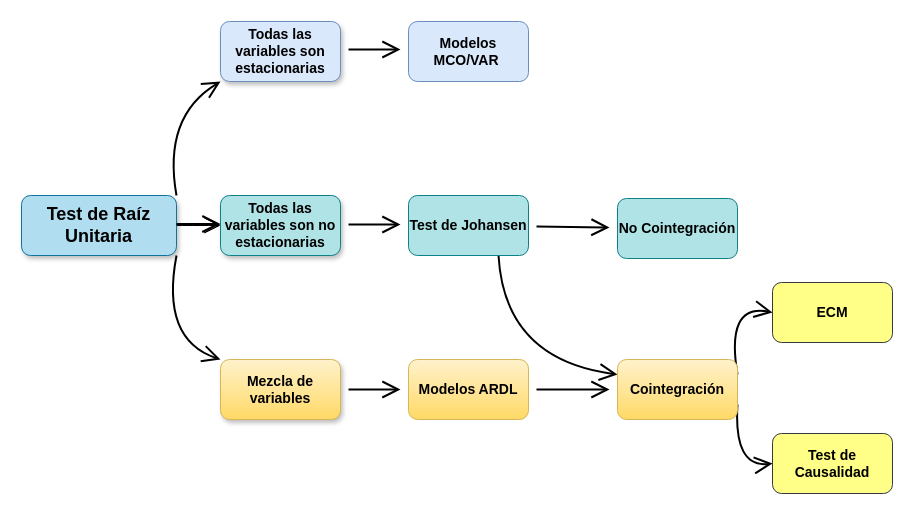
Earlier version of the draw.io diagram emoji/Diagrama sin título.drawio (joel-x/markdown-editor). Source tidied: cells renumbered, new cells numbered last; positions are measured from the earlier drawing's top-left corner, leaving out a move shared by most shapes. Both pictures are drawn from the tidied source at 100%, with x=0, y=0 at pixel (21, 21).
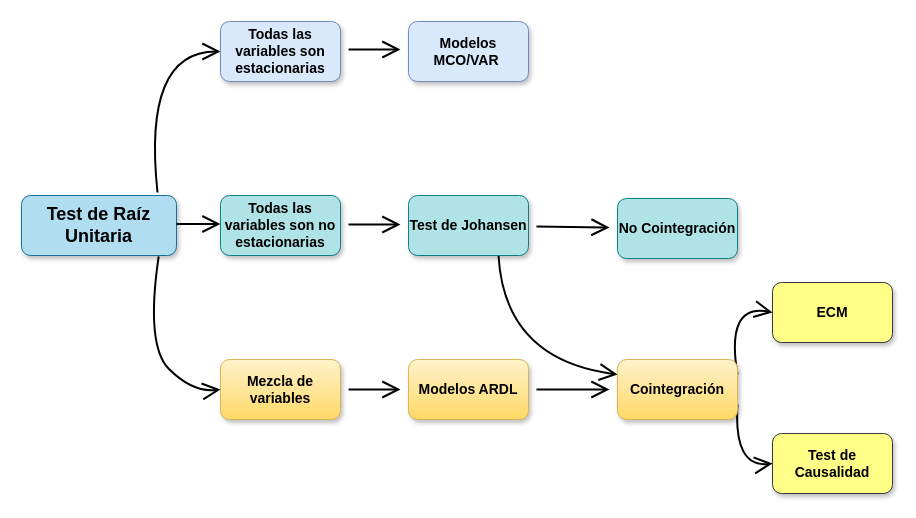
The same diagram, later.

The change refers to these unchanged cells:
```xml
<mxCell id="5" value="Test de Raíz Unitaria" style="rounded=1;whiteSpace=wrap;html=1;fontSize=18;direction=west;fillColor=#b1ddf0;fontStyle=1;glass=0;shadow=1;sketch=0;strokeColor=#10739e;" parent="1" vertex="1">
  <mxGeometry y="174" width="155" height="60" as="geometry" />
</mxCell>
<mxCell id="6" value="Todas las variables son no estacionarias" style="whiteSpace=wrap;html=1;fontSize=14;rounded=1;fontStyle=1;fillColor=#b0e3e6;strokeColor=#0e8088;shadow=1;" parent="1" vertex="1">
  <mxGeometry x="199" y="174" width="120" height="60" as="geometry" />
</mxCell>
<mxCell id="7" value="Todas las variables son estacionarias" style="whiteSpace=wrap;html=1;fontSize=14;rounded=1;strokeColor=#6c8ebf;fontStyle=1;shadow=1;fillColor=#dae8fc;" parent="1" vertex="1">
  <mxGeometry x="199" width="120" height="60" as="geometry" />
</mxCell>
<mxCell id="9" value="Mezcla de variables" style="whiteSpace=wrap;html=1;fontSize=14;rounded=1;fontStyle=1;fillColor=#fff2cc;strokeColor=#d6b656;shadow=1;gradientColor=#ffd966;" parent="1" vertex="1">
  <mxGeometry x="199" y="338" width="120" height="60" as="geometry" />
</mxCell>
```

Diff of the diagram source:
```diff
@@
-    <mxCell id="2" style="edgeStyle=none;jettySize=auto;html=1;fontSize=12;endArrow=open;startSize=14;endSize=14;sourcePerimeterSpacing=8;targetPerimeterSpacing=8;entryX=0;entryY=1;entryDx=0;entryDy=0;exitX=0;exitY=1;exitDx=0;exitDy=0;curved=1;strokeWidth=2;" parent="1" edge="1" source="5" target="7">
+    <mxCell id="2" style="edgeStyle=none;jettySize=auto;html=1;fontSize=12;endArrow=open;startSize=14;endSize=14;sourcePerimeterSpacing=8;targetPerimeterSpacing=8;entryX=0;entryY=0.5;entryDx=0;entryDy=0;curved=1;strokeWidth=2;" parent="1" edge="1" target="7">
       <mxGeometry relative="1" as="geometry">
+        <mxPoint x="136" y="171" as="sourcePoint" />
         <Array as="points">
-          <mxPoint x="141" y="95" />
+          <mxPoint x="121" y="30" />
         </Array>
       </mxGeometry>
     </mxCell>
-    <mxCell id="3" style="edgeStyle=none;curved=1;rounded=1;jettySize=auto;html=1;fontSize=12;endArrow=open;startSize=14;endSize=14;sourcePerimeterSpacing=8;targetPerimeterSpacing=8;exitX=0;exitY=0.5;exitDx=0;exitDy=0;entryX=0;entryY=0.5;entryDx=0;entryDy=0;entryPerimeter=0;" parent="1" edge="1" source="5" target="6">
-      <mxGeometry relative="1" as="geometry" />
-    </mxCell>
-    <mxCell id="4" style="edgeStyle=none;curved=1;rounded=1;jettySize=auto;html=1;exitX=0;exitY=0;exitDx=0;exitDy=0;entryX=0;entryY=0;entryDx=0;entryDy=0;fontSize=12;endArrow=open;startSize=14;endSize=14;sourcePerimeterSpacing=8;targetPerimeterSpacing=8;strokeWidth=2;" parent="1" edge="1" source="5" target="9">
+    <mxCell id="4" style="edgeStyle=none;jettySize=auto;html=1;exitX=0.115;exitY=-0.013;exitDx=0;exitDy=0;entryX=0;entryY=0.5;entryDx=0;entryDy=0;fontSize=12;endArrow=open;startSize=14;endSize=14;sourcePerimeterSpacing=8;targetPerimeterSpacing=8;strokeWidth=2;exitPerimeter=0;curved=1;" parent="1" edge="1" source="5" target="9">
       <mxGeometry relative="1" as="geometry">
         <Array as="points">
-          <mxPoint x="139" y="318" />
+          <mxPoint x="124" y="324" />
+          <mxPoint x="171" y="371" />
         </Array>
       </mxGeometry>
     </mxCell>
@@
-    <mxCell id="10" value="Modelos MCO/VAR&amp;nbsp;" style="whiteSpace=wrap;html=1;fontSize=14;rounded=1;fontStyle=1;fillColor=#dae8fc;strokeColor=#6c8ebf;" parent="1" vertex="1">
+    <mxCell id="10" value="Modelos MCO/VAR&amp;nbsp;" style="whiteSpace=wrap;html=1;fontSize=14;rounded=1;fontStyle=1;fillColor=#dae8fc;strokeColor=#6c8ebf;shadow=1;" parent="1" vertex="1">
       <mxGeometry x="387" width="120" height="60" as="geometry" />
     </mxCell>
@@
-    <mxCell id="13" value="Test de Johansen" style="whiteSpace=wrap;html=1;fontSize=14;rounded=1;fontStyle=1;fillColor=#b0e3e6;strokeColor=#0e8088;" parent="1" vertex="1">
+    <mxCell id="13" value="Test de Johansen" style="whiteSpace=wrap;html=1;fontSize=14;rounded=1;fontStyle=1;fillColor=#b0e3e6;strokeColor=#0e8088;shadow=1;" parent="1" vertex="1">
       <mxGeometry x="387" y="174" width="120" height="60" as="geometry" />
     </mxCell>
@@
-    <mxCell id="15" value="Modelos ARDL" style="whiteSpace=wrap;html=1;fontSize=14;rounded=1;fontStyle=1;fillColor=#fff2cc;strokeColor=#d6b656;gradientColor=#ffd966;" parent="1" vertex="1">
+    <mxCell id="15" value="Modelos ARDL" style="whiteSpace=wrap;html=1;fontSize=14;rounded=1;fontStyle=1;fillColor=#fff2cc;strokeColor=#d6b656;gradientColor=#ffd966;shadow=1;" parent="1" vertex="1">
       <mxGeometry x="387" y="338" width="120" height="60" as="geometry" />
     </mxCell>
@@
-    <mxCell id="18" value="Cointegración" style="whiteSpace=wrap;html=1;fontSize=14;rounded=1;fontStyle=1;fillColor=#fff2cc;strokeColor=#d6b656;gradientColor=#ffd966;" parent="1" vertex="1">
+    <mxCell id="18" value="Cointegración" style="whiteSpace=wrap;html=1;fontSize=14;rounded=1;fontStyle=1;fillColor=#fff2cc;strokeColor=#d6b656;gradientColor=#ffd966;shadow=1;" parent="1" vertex="1">
       <mxGeometry x="596" y="338" width="120" height="60" as="geometry" />
     </mxCell>
-    <mxCell id="19" value="No Cointegración" style="whiteSpace=wrap;html=1;fontSize=14;rounded=1;fontStyle=1;fillColor=#b0e3e6;strokeColor=#0e8088;" parent="1" vertex="1">
+    <mxCell id="19" value="No Cointegración" style="whiteSpace=wrap;html=1;fontSize=14;rounded=1;fontStyle=1;fillColor=#b0e3e6;strokeColor=#0e8088;shadow=1;" parent="1" vertex="1">
       <mxGeometry x="596" y="177" width="120" height="60" as="geometry" />
     </mxCell>
-    <mxCell id="20" value="Test de Causalidad" style="whiteSpace=wrap;html=1;fontSize=14;rounded=1;fontStyle=1;fillColor=#ffff88;strokeColor=#36393d;" parent="1" vertex="1">
+    <mxCell id="20" value="Test de Causalidad" style="whiteSpace=wrap;html=1;fontSize=14;rounded=1;fontStyle=1;fillColor=#ffff88;strokeColor=#36393d;shadow=1;" parent="1" vertex="1">
       <mxGeometry x="751" y="412" width="120" height="60" as="geometry" />
     </mxCell>
-    <mxCell id="21" value="ECM" style="whiteSpace=wrap;html=1;fontSize=14;rounded=1;fontStyle=1;fillColor=#ffff88;strokeColor=#36393d;" parent="1" vertex="1">
+    <mxCell id="21" value="ECM" style="whiteSpace=wrap;html=1;fontSize=14;rounded=1;fontStyle=1;fillColor=#ffff88;strokeColor=#36393d;shadow=1;" parent="1" vertex="1">
       <mxGeometry x="751" y="261" width="120" height="60" as="geometry" />
     </mxCell>
-    <mxCell id="22" style="edgeStyle=none;curved=1;rounded=1;orthogonalLoop=1;jettySize=auto;html=1;fontSize=12;endArrow=open;startSize=14;endSize=14;sourcePerimeterSpacing=8;targetPerimeterSpacing=8;exitX=0;exitY=0.5;exitDx=0;exitDy=0;entryX=0;entryY=0.5;entryDx=0;entryDy=0;entryPerimeter=0;" parent="1" edge="1">
-      <mxGeometry relative="1" as="geometry">
-        <mxPoint x="155" y="203.5" as="sourcePoint" />
-        <mxPoint x="199" y="203.5" as="targetPoint" />
-      </mxGeometry>
-    </mxCell>
```
